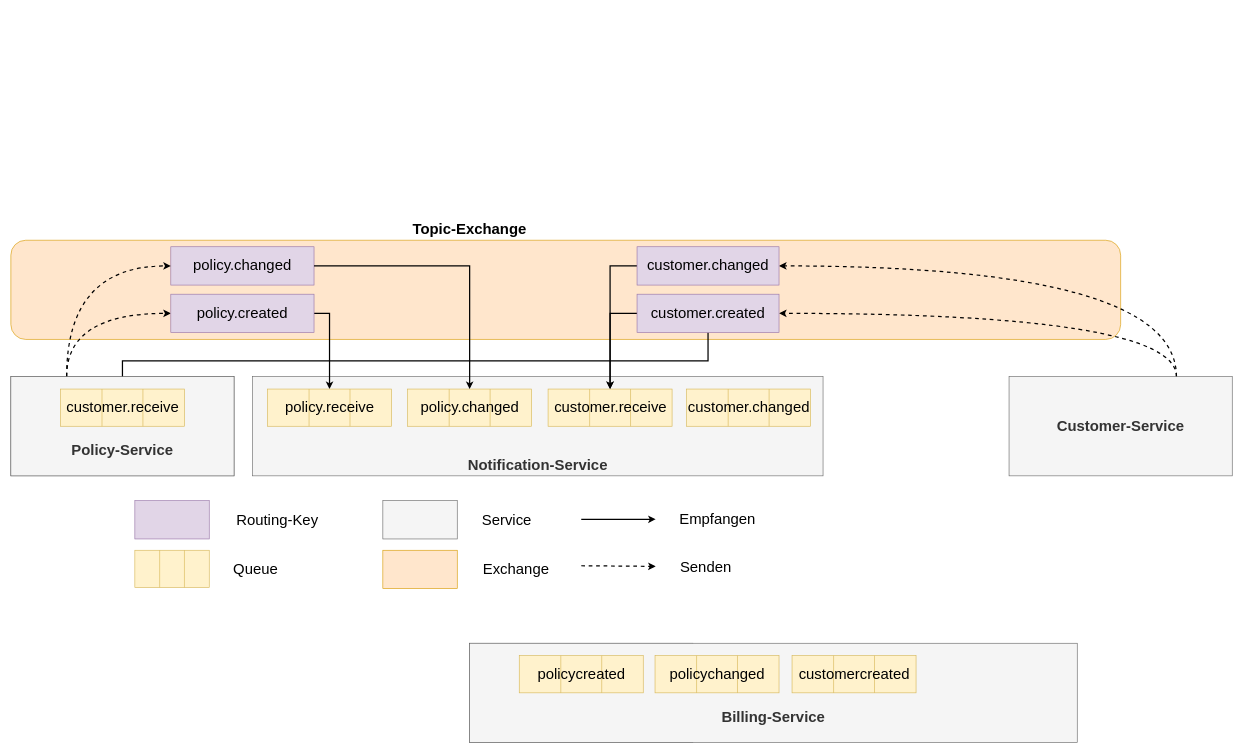
This is EDA/UML/RabbitMQ/RabbitMqVer2.drawio from danieland2606/Bachelorprojekt, a draw.io file, before an edit. Source tidied: cells renumbered, new cells numbered last; positions are measured from the earlier drawing's top-left corner, leaving out a move shared by most shapes. Both pictures are drawn from the tidied source at 62%, with x=0, y=0 at pixel (11, 222).
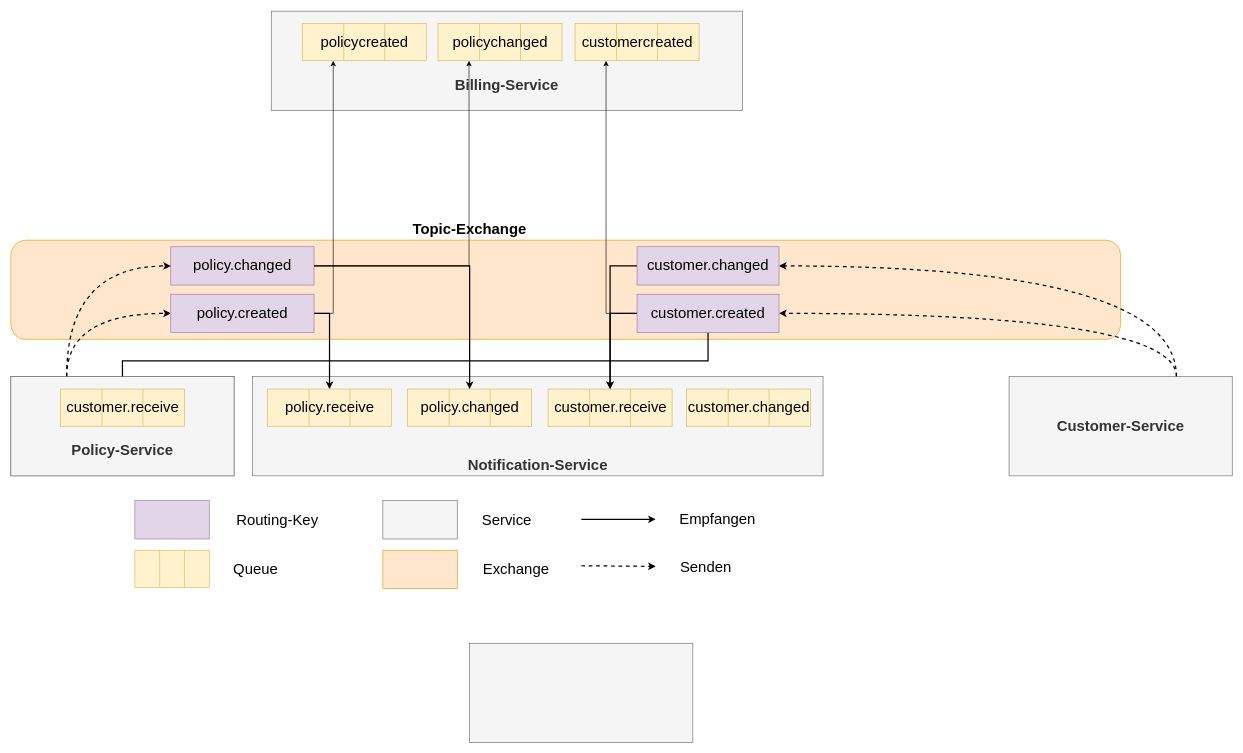
The same page after the edit.

Commit message (it also covers changes not shown here):
Datenbank persistent. Ablaufdiagramme aktualisiert.

Unchanged cells that the change refers to:
```xml
<mxCell id="30" value="&lt;font style=&quot;font-size: 24px;&quot;&gt;policy.created&lt;/font&gt;" style="rounded=0;whiteSpace=wrap;html=1;fillColor=#e1d5e7;strokeColor=#9673a6;" parent="1" vertex="1">
  <mxGeometry x="258" y="116" width="231" height="61.8" as="geometry" />
</mxCell>
<mxCell id="31" value="&lt;font style=&quot;font-size: 24px;&quot;&gt;customer.created&lt;/font&gt;" style="rounded=0;whiteSpace=wrap;html=1;fillColor=#e1d5e7;strokeColor=#9673a6;" parent="1" vertex="1">
  <mxGeometry x="1010" y="116" width="229" height="61.8" as="geometry" />
</mxCell>
<mxCell id="33" value="&lt;font style=&quot;font-size: 24px;&quot;&gt;policy.changed&lt;/font&gt;" style="rounded=0;whiteSpace=wrap;html=1;fillColor=#e1d5e7;strokeColor=#9673a6;" parent="1" vertex="1">
  <mxGeometry x="258" y="39.5" width="231" height="61.8" as="geometry" />
</mxCell>
```

The edit, as a diff of the source:
```diff
@@
+    <mxCell id="41" value="&lt;p style=&quot;line-height: 120%; font-size: 24px;&quot;&gt;&lt;b&gt;Billing-Service&lt;/b&gt;&lt;/p&gt;" style="rounded=0;whiteSpace=wrap;html=1;fillColor=#f5f5f5;fontColor=#333333;strokeColor=#666666;verticalAlign=bottom;" parent="1" vertex="1">
+      <mxGeometry x="420" y="-340.5" width="760" height="160" as="geometry" />
+    </mxCell>
     <mxCell id="2" style="rounded=1;whiteSpace=wrap;html=1;fillColor=#ffe6cc;strokeColor=#d79b00;" parent="1" vertex="1">
-      <mxGeometry y="29" width="1790" height="160" as="geometry" />
+      <mxGeometry y="28.9" width="1790" height="160" as="geometry" />
     </mxCell>
@@
+    <mxCell id="47" style="edgeStyle=orthogonalEdgeStyle;rounded=0;jettySize=auto;html=1;exitX=1;exitY=0.5;exitDx=0;exitDy=0;entryX=0.25;entryY=1;entryDx=0;entryDy=0;" parent="1" edge="1" source="30" target="42">
+      <mxGeometry relative="1" as="geometry" />
+    </mxCell>
@@
+    <mxCell id="48" style="edgeStyle=orthogonalEdgeStyle;rounded=0;jettySize=auto;html=1;exitX=0;exitY=0.5;exitDx=0;exitDy=0;entryX=0.25;entryY=1;entryDx=0;entryDy=0;" parent="1" edge="1" source="31" target="44">
+      <mxGeometry relative="1" as="geometry" />
+    </mxCell>
@@
+    <mxCell id="49" style="edgeStyle=orthogonalEdgeStyle;rounded=0;jettySize=auto;html=1;exitX=1;exitY=0.5;exitDx=0;exitDy=0;entryX=0.25;entryY=1;entryDx=0;entryDy=0;" parent="1" edge="1" source="33" target="43">
+      <mxGeometry relative="1" as="geometry" />
+    </mxCell>
@@
-    <mxCell id="41" value="&lt;p style=&quot;line-height: 120%; font-size: 24px;&quot;&gt;&lt;b&gt;Billing-Service&lt;/b&gt;&lt;/p&gt;" style="rounded=0;whiteSpace=wrap;html=1;fillColor=#f5f5f5;fontColor=#333333;strokeColor=#666666;verticalAlign=bottom;" parent="1" vertex="1">
-      <mxGeometry x="740" y="679" width="980" height="160" as="geometry" />
-    </mxCell>
+    <mxCell id="45" value="&lt;p style=&quot;line-height: 120%; font-size: 24px;&quot;&gt;Policy-Service&lt;/p&gt;" style="rounded=0;whiteSpace=wrap;html=1;fillColor=#f5f5f5;fontColor=#333333;strokeColor=#666666;verticalAlign=bottom;fontSize=24;fontStyle=1;" parent="1" vertex="1">
+      <mxGeometry y="249" width="360" height="160" as="geometry" />
+    </mxCell>
+    <mxCell id="46" value="&lt;div style=&quot;&quot;&gt;&lt;span style=&quot;background-color: initial;&quot;&gt;customer.receive&lt;/span&gt;&lt;/div&gt;" style="shape=process;whiteSpace=wrap;html=1;backgroundOutline=1;fontSize=24;size=0.3333333333333333;align=center;fillColor=#fff2cc;strokeColor=#d6b656;" parent="1" vertex="1">
+      <mxGeometry x="80" y="269" width="200" height="60" as="geometry" />
+    </mxCell>
     <mxCell id="42" value="&lt;div style=&quot;&quot;&gt;policycreated&lt;/div&gt;" style="shape=process;whiteSpace=wrap;html=1;backgroundOutline=1;fontSize=24;size=0.3333333333333333;align=center;fillColor=#fff2cc;strokeColor=#d6b656;" parent="1" vertex="1">
-      <mxGeometry x="820" y="699" width="200" height="60" as="geometry" />
+      <mxGeometry x="470" y="-320.5" width="200" height="60" as="geometry" />
     </mxCell>
     <mxCell id="43" value="&lt;div style=&quot;&quot;&gt;&lt;span style=&quot;background-color: initial;&quot;&gt;policychanged&lt;/span&gt;&lt;/div&gt;" style="shape=process;whiteSpace=wrap;html=1;backgroundOutline=1;fontSize=24;size=0.3333333333333333;align=center;fillColor=#fff2cc;strokeColor=#d6b656;" parent="1" vertex="1">
-      <mxGeometry x="1039" y="699" width="200" height="60" as="geometry" />
+      <mxGeometry x="689" y="-320.5" width="200" height="60" as="geometry" />
     </mxCell>
     <mxCell id="44" value="&lt;div style=&quot;&quot;&gt;&lt;span style=&quot;background-color: initial;&quot;&gt;customercreated&lt;/span&gt;&lt;/div&gt;" style="shape=process;whiteSpace=wrap;html=1;backgroundOutline=1;fontSize=24;size=0.3333333333333333;align=center;fillColor=#fff2cc;strokeColor=#d6b656;" parent="1" vertex="1">
-      <mxGeometry x="1260" y="699" width="200" height="60" as="geometry" />
+      <mxGeometry x="910" y="-320.5" width="200" height="60" as="geometry" />
     </mxCell>
-    <mxCell id="45" value="&lt;p style=&quot;line-height: 120%; font-size: 24px;&quot;&gt;Policy-Service&lt;/p&gt;" style="rounded=0;whiteSpace=wrap;html=1;fillColor=#f5f5f5;fontColor=#333333;strokeColor=#666666;verticalAlign=bottom;fontSize=24;fontStyle=1;" parent="1" vertex="1">
-      <mxGeometry y="249" width="360" height="160" as="geometry" />
-    </mxCell>
-    <mxCell id="46" value="&lt;div style=&quot;&quot;&gt;&lt;span style=&quot;background-color: initial;&quot;&gt;customer.receive&lt;/span&gt;&lt;/div&gt;" style="shape=process;whiteSpace=wrap;html=1;backgroundOutline=1;fontSize=24;size=0.3333333333333333;align=center;fillColor=#fff2cc;strokeColor=#d6b656;" parent="1" vertex="1">
-      <mxGeometry x="80" y="269" width="200" height="60" as="geometry" />
-    </mxCell>
```
